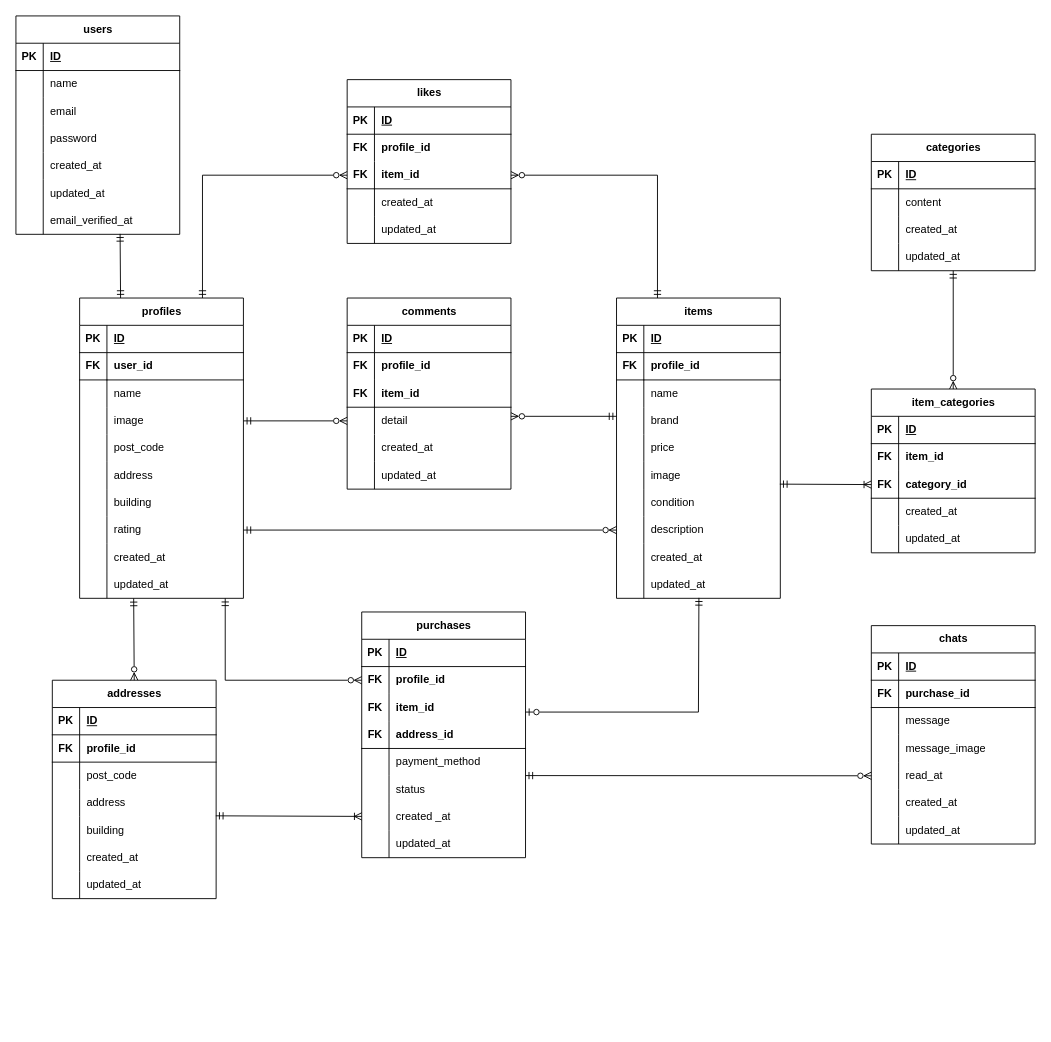
ri0921/flea-market keeps this draw.io diagram as flea-market.dio. Above is the earlier version. Source tidied: cells renumbered, new cells numbered last; positions are measured from the earlier drawing's top-left corner, leaving out a move shared by most shapes. Both pictures are drawn from the tidied source at 91%, with x=0, y=0 at pixel (15, 15).
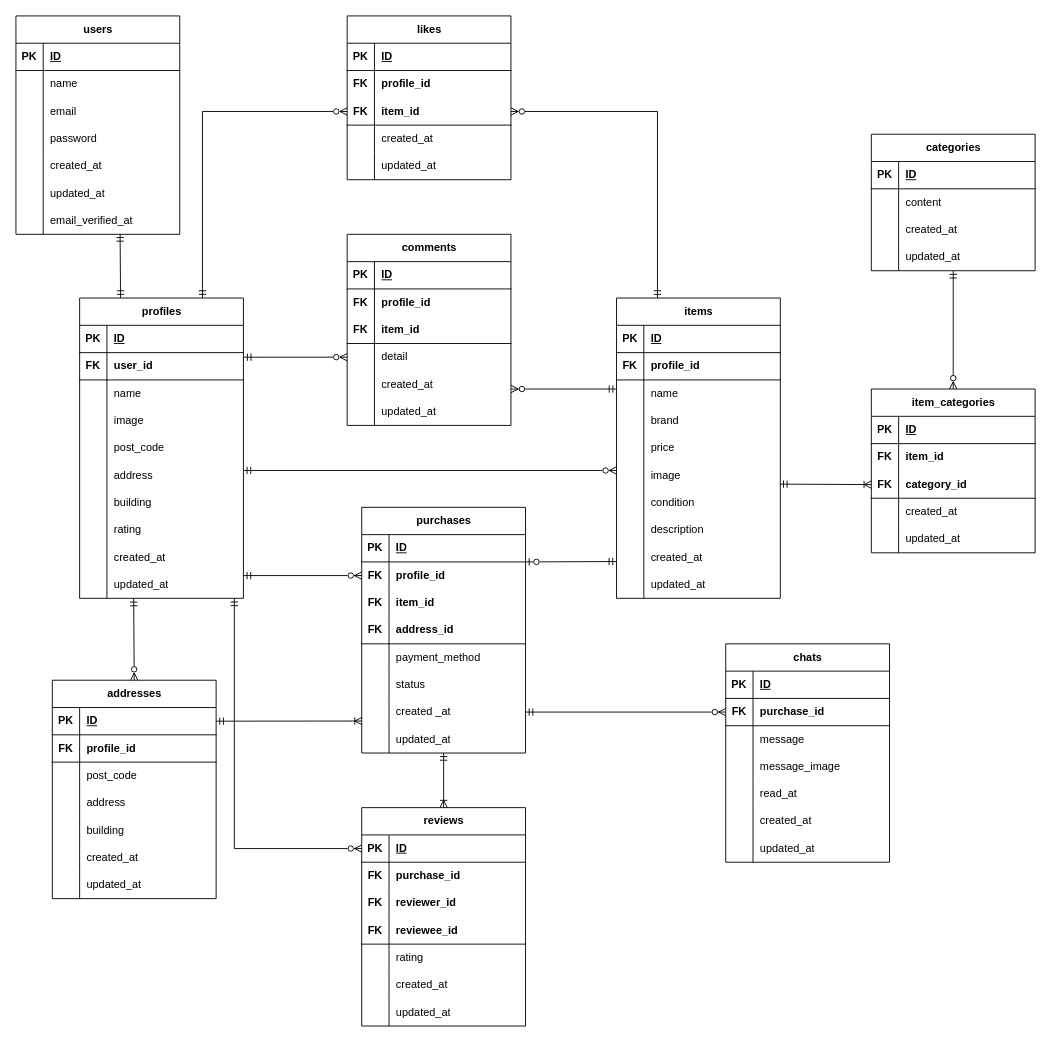
The same diagram, later.

The change refers to these unchanged cells:
```xml
<mxCell id="3" value="profiles" style="shape=table;startSize=30;childLayout=tableLayout;rowLines=0;fontStyle=1;align=center;html=1;" parent="1" vertex="1">
  <mxGeometry x="70" y="310" width="180" height="330" as="geometry" />
</mxCell>
<mxCell id="7" style="shape=tableRow;horizontal=0;startSize=0;swimlaneHead=0;swimlaneBody=0;fillColor=none;points=[[0,0.5],[1,0.5]];portConstraint=eastwest;top=0;left=0;right=0;bottom=0;" parent="3" vertex="1">
  <mxGeometry y="60" width="180" height="30" as="geometry" />
</mxCell>
<mxCell id="13" style="shape=tableRow;horizontal=0;startSize=0;swimlaneHead=0;swimlaneBody=0;fillColor=none;points=[[0,0.5],[1,0.5]];portConstraint=eastwest;top=0;left=0;right=0;bottom=0;" parent="3" vertex="1">
  <mxGeometry y="120" width="180" height="30" as="geometry" />
</mxCell>
<mxCell id="25" style="shape=tableRow;horizontal=0;startSize=0;swimlaneHead=0;swimlaneBody=0;fillColor=none;points=[[0,0.5],[1,0.5]];portConstraint=eastwest;top=0;left=0;right=0;bottom=0;" parent="3" vertex="1">
  <mxGeometry y="240" width="180" height="30" as="geometry" />
</mxCell>
<mxCell id="41" style="shape=tableRow;horizontal=0;startSize=0;swimlaneHead=0;swimlaneBody=0;fillColor=none;points=[[0,0.5],[1,0.5]];portConstraint=eastwest;top=0;left=0;right=0;bottom=0;" parent="34" vertex="1">
  <mxGeometry y="90" width="180" height="30" as="geometry" />
</mxCell>
<mxCell id="60" style="shape=tableRow;horizontal=0;startSize=0;swimlaneHead=0;swimlaneBody=0;fillColor=none;points=[[0,0.5],[1,0.5]];portConstraint=eastwest;top=0;left=0;right=0;bottom=0;" parent="50" vertex="1">
  <mxGeometry y="120" width="180" height="30" as="geometry" />
</mxCell>
<mxCell id="69" value="items" style="shape=table;startSize=30;childLayout=tableLayout;rowLines=0;fontStyle=1;align=center;html=1;" parent="1" vertex="1">
  <mxGeometry x="660" y="310" width="180" height="330" as="geometry" />
</mxCell>
<mxCell id="91" style="shape=tableRow;horizontal=0;startSize=0;swimlaneHead=0;swimlaneBody=0;fillColor=none;points=[[0,0.5],[1,0.5]];portConstraint=eastwest;top=0;left=0;right=0;bottom=0;" parent="69" vertex="1">
  <mxGeometry y="240" width="180" height="30" as="geometry" />
</mxCell>
<mxCell id="94" style="shape=tableRow;horizontal=0;startSize=0;swimlaneHead=0;swimlaneBody=0;fillColor=none;points=[[0,0.5],[1,0.5]];portConstraint=eastwest;top=0;left=0;right=0;bottom=0;" parent="69" vertex="1">
  <mxGeometry y="270" width="180" height="30" as="geometry" />
</mxCell>
<mxCell id="97" style="shape=tableRow;horizontal=0;startSize=0;swimlaneHead=0;swimlaneBody=0;fillColor=none;points=[[0,0.5],[1,0.5]];portConstraint=eastwest;top=0;left=0;right=0;bottom=0;" parent="69" vertex="1">
  <mxGeometry y="300" width="180" height="30" as="geometry" />
</mxCell>
<mxCell id="104" style="shape=tableRow;horizontal=0;startSize=0;swimlaneHead=0;swimlaneBody=0;fillColor=none;points=[[0,0.5],[1,0.5]];portConstraint=eastwest;top=0;left=0;right=0;bottom=0;" parent="100" vertex="1">
  <mxGeometry y="60" width="180" height="30" as="geometry" />
</mxCell>
<mxCell id="116" style="shape=tableRow;horizontal=0;startSize=0;swimlaneHead=0;swimlaneBody=0;fillColor=none;points=[[0,0.5],[1,0.5]];portConstraint=eastwest;top=0;left=0;right=0;bottom=0;" parent="100" vertex="1">
  <mxGeometry y="180" width="180" height="30" as="geometry" />
</mxCell>
<mxCell id="119" style="shape=tableRow;horizontal=0;startSize=0;swimlaneHead=0;swimlaneBody=0;fillColor=none;points=[[0,0.5],[1,0.5]];portConstraint=eastwest;top=0;left=0;right=0;bottom=0;" parent="100" vertex="1">
  <mxGeometry y="210" width="180" height="30" as="geometry" />
</mxCell>
<mxCell id="122" style="shape=tableRow;horizontal=0;startSize=0;swimlaneHead=0;swimlaneBody=0;fillColor=none;points=[[0,0.5],[1,0.5]];portConstraint=eastwest;top=0;left=0;right=0;bottom=0;" parent="100" vertex="1">
  <mxGeometry y="240" width="180" height="30" as="geometry" />
</mxCell>
<mxCell id="169" style="shape=tableRow;horizontal=0;startSize=0;swimlaneHead=0;swimlaneBody=0;fillColor=none;points=[[0,0.5],[1,0.5]];portConstraint=eastwest;top=0;left=0;right=0;bottom=1;" parent="168" vertex="1">
  <mxGeometry y="30" width="180" height="30" as="geometry" />
</mxCell>
<mxCell id="178" style="shape=tableRow;horizontal=0;startSize=0;swimlaneHead=0;swimlaneBody=0;fillColor=none;points=[[0,0.5],[1,0.5]];portConstraint=eastwest;top=0;left=0;right=0;bottom=0;" parent="168" vertex="1">
  <mxGeometry y="120" width="180" height="30" as="geometry" />
</mxCell>
<mxCell id="215" style="shape=tableRow;horizontal=0;startSize=0;swimlaneHead=0;swimlaneBody=0;fillColor=none;points=[[0,0.5],[1,0.5]];portConstraint=eastwest;top=0;left=0;right=0;bottom=1;fontStyle=1;" parent="211" vertex="1">
  <mxGeometry y="60" width="180" height="30" as="geometry" />
</mxCell>
<mxCell id="224" style="shape=tableRow;horizontal=0;startSize=0;swimlaneHead=0;swimlaneBody=0;fillColor=none;points=[[0,0.5],[1,0.5]];portConstraint=eastwest;top=0;left=0;right=0;bottom=0;" parent="211" vertex="1">
  <mxGeometry y="150" width="180" height="30" as="geometry" />
</mxCell>
```

Diff of the diagram source:
```diff
@@
     <mxCell id="2" style="edgeStyle=none;html=1;exitX=0.75;exitY=0;exitDx=0;exitDy=0;entryX=0;entryY=0.5;entryDx=0;entryDy=0;endArrow=ERzeroToMany;endFill=0;startArrow=ERmandOne;startFill=0;rounded=0;curved=0;" parent="1" edge="1" source="3" target="41">
       <mxGeometry relative="1" as="geometry">
         <Array as="points">
-          <mxPoint x="205" y="175" />
+          <mxPoint x="205" y="105" />
         </Array>
       </mxGeometry>
     </mxCell>
@@
     <mxCell id="34" value="likes" style="shape=table;startSize=30;childLayout=tableLayout;rowLines=0;fontStyle=1;align=center;html=1;" parent="1" vertex="1">
-      <mxGeometry x="364" y="70" width="180" height="180" as="geometry" />
+      <mxGeometry x="364" width="180" height="180" as="geometry" />
     </mxCell>
@@
     <mxCell id="50" value="comments" style="shape=table;startSize=30;childLayout=tableLayout;rowLines=0;fontStyle=1;align=center;html=1;" parent="1" vertex="1">
-      <mxGeometry x="364" y="310" width="180" height="210" as="geometry" />
+      <mxGeometry x="364" y="240" width="180" height="210" as="geometry" />
     </mxCell>
@@
     <mxCell id="100" value="purchases" style="shape=table;startSize=30;childLayout=tableLayout;rowLines=0;fontStyle=1;align=center;html=1;" parent="1" vertex="1">
-      <mxGeometry x="380" y="655" width="180" height="270" as="geometry" />
+      <mxGeometry x="380" y="540" width="180" height="270" as="geometry" />
     </mxCell>
@@
     <mxCell id="138" style="edgeStyle=none;html=1;exitX=1;exitY=0.5;exitDx=0;exitDy=0;entryX=0.25;entryY=0;entryDx=0;entryDy=0;rounded=0;curved=0;startArrow=ERzeroToMany;startFill=0;endArrow=ERmandOne;endFill=0;" parent="1" edge="1" source="41" target="69">
       <mxGeometry relative="1" as="geometry">
         <Array as="points">
-          <mxPoint x="705" y="175" />
+          <mxPoint x="705" y="105" />
         </Array>
       </mxGeometry>
     </mxCell>
@@
     <mxCell id="140" style="edgeStyle=none;html=1;exitX=1;exitY=0.5;exitDx=0;exitDy=0;entryX=0;entryY=0.5;entryDx=0;entryDy=0;rounded=0;curved=0;endArrow=ERmandOne;endFill=0;startArrow=ERzeroToMany;startFill=0;" parent="1" edge="1">
       <mxGeometry relative="1" as="geometry">
-        <mxPoint x="544" y="440" as="sourcePoint" />
-        <mxPoint x="660" y="440" as="targetPoint" />
+        <mxPoint x="544" y="410" as="sourcePoint" />
+        <mxPoint x="660" y="410" as="targetPoint" />
+        <Array as="points">
+          <mxPoint x="600" y="410" />
+        </Array>
       </mxGeometry>
     </mxCell>
@@
     <mxCell id="142" style="edgeStyle=none;html=1;exitX=0;exitY=0.5;exitDx=0;exitDy=0;rounded=0;curved=0;startArrow=ERzeroToMany;startFill=0;endArrow=ERmandOne;endFill=0;" parent="1" edge="1" source="104">
       <mxGeometry relative="1" as="geometry">
-        <mxPoint x="230" y="640" as="targetPoint" />
+        <mxPoint x="250" y="615" as="targetPoint" />
         <Array as="points">
-          <mxPoint x="230" y="730" />
+          <mxPoint x="300" y="615" />
         </Array>
       </mxGeometry>
     </mxCell>
-    <mxCell id="143" style="edgeStyle=none;html=1;rounded=0;curved=0;endArrow=ERmandOne;endFill=0;startArrow=ERzeroToOne;startFill=0;entryX=0.503;entryY=0.983;entryDx=0;entryDy=0;entryPerimeter=0;" parent="1" edge="1" target="97">
+    <mxCell id="143" style="edgeStyle=none;html=1;rounded=0;curved=0;endArrow=ERmandOne;endFill=0;startArrow=ERzeroToOne;startFill=0;entryX=-0.001;entryY=0.652;entryDx=0;entryDy=0;exitX=1.001;exitY=0.807;exitDx=0;exitDy=0;exitPerimeter=0;entryPerimeter=0;" parent="1" edge="1" target="94">
       <mxGeometry relative="1" as="geometry">
-        <mxPoint x="560" y="765" as="sourcePoint" />
-        <Array as="points">
-          <mxPoint x="750" y="765" />
-        </Array>
+        <mxPoint x="560" y="600" as="sourcePoint" />
       </mxGeometry>
     </mxCell>
-    <mxCell id="144" style="edgeStyle=none;html=1;exitX=1;exitY=0.5;exitDx=0;exitDy=0;entryX=0;entryY=0.5;entryDx=0;entryDy=0;rounded=0;curved=0;startArrow=ERmandOne;startFill=0;endArrow=ERzeroToMany;endFill=0;" parent="1" edge="1" source="25" target="91">
-      <mxGeometry relative="1" as="geometry" />
+    <mxCell id="144" style="edgeStyle=none;html=1;exitX=1;exitY=0.5;exitDx=0;exitDy=0;entryX=0;entryY=0.5;entryDx=0;entryDy=0;rounded=0;curved=0;startArrow=ERmandOne;startFill=0;endArrow=ERzeroToMany;endFill=0;" parent="1" edge="1">
+      <mxGeometry relative="1" as="geometry">
+        <mxPoint x="250" y="499.5" as="sourcePoint" />
+        <mxPoint x="660" y="499.5" as="targetPoint" />
+      </mxGeometry>
     </mxCell>
-    <mxCell id="145" style="edgeStyle=none;html=1;exitX=1;exitY=0.5;exitDx=0;exitDy=0;entryX=0;entryY=0.5;entryDx=0;entryDy=0;rounded=0;curved=0;startArrow=ERmandOne;startFill=0;endArrow=ERzeroToMany;endFill=0;" parent="1" edge="1" source="13" target="60">
+    <mxCell id="145" style="edgeStyle=none;html=1;exitX=1.002;exitY=0.168;exitDx=0;exitDy=0;entryX=0;entryY=0.5;entryDx=0;entryDy=0;rounded=0;curved=0;startArrow=ERmandOne;startFill=0;endArrow=ERzeroToMany;endFill=0;exitPerimeter=0;" parent="1" edge="1" source="7" target="60">
       <mxGeometry relative="1" as="geometry" />
     </mxCell>
@@
-    <mxCell id="210" style="edgeStyle=none;html=1;exitX=0.998;exitY=0.967;exitDx=0;exitDy=0;rounded=0;curved=0;startArrow=ERmandOne;startFill=0;endArrow=ERoneToMany;endFill=0;exitPerimeter=0;" parent="1" edge="1" source="178" target="119">
+    <mxCell id="210" style="edgeStyle=none;html=1;exitX=1;exitY=0.5;exitDx=0;exitDy=0;rounded=0;curved=0;startArrow=ERmandOne;startFill=0;endArrow=ERoneToMany;endFill=0;entryX=0.002;entryY=0.828;entryDx=0;entryDy=0;entryPerimeter=0;" parent="1" edge="1" source="169" target="119">
       <mxGeometry relative="1" as="geometry" />
     </mxCell>
     <mxCell id="211" value="chats" style="shape=table;startSize=30;childLayout=tableLayout;rowLines=0;fontStyle=1;align=center;html=1;" parent="1" vertex="1">
-      <mxGeometry x="940" y="670" width="180" height="240" as="geometry" />
+      <mxGeometry x="780" y="690" width="180" height="240" as="geometry" />
     </mxCell>
@@
-    <mxCell id="233" style="edgeStyle=none;html=1;exitX=0;exitY=0.5;exitDx=0;exitDy=0;startArrow=ERzeroToMany;startFill=0;endArrow=ERmandOne;endFill=0;entryX=0.999;entryY=-0.007;entryDx=0;entryDy=0;entryPerimeter=0;" parent="1" edge="1" source="224" target="116">
+    <mxCell id="233" style="edgeStyle=none;html=1;exitX=0;exitY=0.5;exitDx=0;exitDy=0;startArrow=ERzeroToMany;startFill=0;endArrow=ERmandOne;endFill=0;entryX=1;entryY=0.5;entryDx=0;entryDy=0;" parent="1" edge="1" source="215" target="119">
       <mxGeometry relative="1" as="geometry" />
     </mxCell>
+    <mxCell id="234" value="reviews" style="shape=table;startSize=30;childLayout=tableLayout;rowLines=0;fontStyle=1;align=center;html=1;" parent="1" vertex="1">
+      <mxGeometry x="380" y="870" width="180" height="240" as="geometry" />
+    </mxCell>
+    <mxCell id="235" style="shape=tableRow;horizontal=0;startSize=0;swimlaneHead=0;swimlaneBody=0;fillColor=none;points=[[0,0.5],[1,0.5]];portConstraint=eastwest;top=0;left=0;right=0;bottom=1;" parent="234" vertex="1">
+      <mxGeometry y="30" width="180" height="30" as="geometry" />
+    </mxCell>
+    <mxCell id="236" value="PK" style="shape=partialRectangle;fillColor=none;top=0;left=0;bottom=0;right=0;fontStyle=1;overflow=hidden;whiteSpace=wrap;html=1;" parent="235" vertex="1">
+      <mxGeometry width="30" height="30" as="geometry" />
+    </mxCell>
+    <mxCell id="237" value="ID" style="shape=partialRectangle;fillColor=none;top=0;left=0;bottom=0;right=0;align=left;spacingLeft=6;fontStyle=5;overflow=hidden;whiteSpace=wrap;html=1;" parent="235" vertex="1">
+      <mxGeometry x="30" width="150" height="30" as="geometry" />
+    </mxCell>
+    <mxCell id="238" style="shape=tableRow;horizontal=0;startSize=0;swimlaneHead=0;swimlaneBody=0;fillColor=none;top=0;left=0;right=0;bottom=0;" parent="234" vertex="1">
+      <mxGeometry y="60" width="180" height="30" as="geometry" />
+    </mxCell>
+    <mxCell id="239" value="FK" style="shape=partialRectangle;fillColor=none;top=0;left=0;bottom=0;right=0;overflow=hidden;whiteSpace=wrap;html=1;fontStyle=1;" parent="238" vertex="1">
+      <mxGeometry width="30" height="30" as="geometry" />
+    </mxCell>
+    <mxCell id="240" value="purchase_id" style="shape=partialRectangle;fillColor=none;top=0;left=0;bottom=0;right=0;align=left;spacingLeft=6;overflow=hidden;whiteSpace=wrap;html=1;fontStyle=1;" parent="238" vertex="1">
+      <mxGeometry x="30" width="150" height="30" as="geometry" />
+    </mxCell>
+    <mxCell id="241" style="shape=tableRow;horizontal=0;startSize=0;swimlaneHead=0;swimlaneBody=0;fillColor=none;top=0;left=0;right=0;bottom=0;" parent="234" vertex="1">
+      <mxGeometry y="90" width="180" height="30" as="geometry" />
+    </mxCell>
+    <mxCell id="242" value="FK" style="shape=partialRectangle;fillColor=none;top=0;left=0;bottom=0;right=0;overflow=hidden;whiteSpace=wrap;html=1;fontStyle=1;" parent="241" vertex="1">
+      <mxGeometry width="30" height="30" as="geometry" />
+    </mxCell>
+    <mxCell id="243" value="reviewer_id" style="shape=partialRectangle;fillColor=none;top=0;left=0;bottom=0;right=0;align=left;spacingLeft=6;overflow=hidden;whiteSpace=wrap;html=1;fontStyle=1;" parent="241" vertex="1">
+      <mxGeometry x="30" width="150" height="30" as="geometry" />
+    </mxCell>
+    <mxCell id="244" style="shape=tableRow;horizontal=0;startSize=0;swimlaneHead=0;swimlaneBody=0;fillColor=none;top=0;left=0;right=0;bottom=1;" parent="234" vertex="1">
+      <mxGeometry y="120" width="180" height="30" as="geometry" />
+    </mxCell>
+    <mxCell id="245" value="FK" style="shape=partialRectangle;fillColor=none;top=0;left=0;bottom=0;right=0;overflow=hidden;whiteSpace=wrap;html=1;fontStyle=1;" parent="244" vertex="1">
+      <mxGeometry width="30" height="30" as="geometry" />
+    </mxCell>
+    <mxCell id="246" value="reviewee_id" style="shape=partialRectangle;fillColor=none;top=0;left=0;bottom=0;right=0;align=left;spacingLeft=6;overflow=hidden;whiteSpace=wrap;html=1;fontStyle=1;" parent="244" vertex="1">
+      <mxGeometry x="30" width="150" height="30" as="geometry" />
+    </mxCell>
+    <mxCell id="247" style="shape=tableRow;horizontal=0;startSize=0;swimlaneHead=0;swimlaneBody=0;fillColor=none;top=0;left=0;right=0;bottom=0;" parent="234" vertex="1">
+      <mxGeometry y="150" width="180" height="30" as="geometry" />
+    </mxCell>
+    <mxCell id="248" style="shape=partialRectangle;fillColor=none;top=0;left=0;bottom=0;right=0;overflow=hidden;whiteSpace=wrap;html=1;" parent="247" vertex="1">
+      <mxGeometry width="30" height="30" as="geometry" />
+    </mxCell>
+    <mxCell id="249" value="rating" style="shape=partialRectangle;fillColor=none;top=0;left=0;bottom=0;right=0;align=left;spacingLeft=6;overflow=hidden;whiteSpace=wrap;html=1;" parent="247" vertex="1">
+      <mxGeometry x="30" width="150" height="30" as="geometry" />
+    </mxCell>
+    <mxCell id="250" style="shape=tableRow;horizontal=0;startSize=0;swimlaneHead=0;swimlaneBody=0;fillColor=none;top=0;left=0;right=0;bottom=0;" parent="234" vertex="1">
+      <mxGeometry y="180" width="180" height="30" as="geometry" />
+    </mxCell>
+    <mxCell id="251" style="shape=partialRectangle;fillColor=none;top=0;left=0;bottom=0;right=0;overflow=hidden;whiteSpace=wrap;html=1;" parent="250" vertex="1">
+      <mxGeometry width="30" height="30" as="geometry" />
+    </mxCell>
+    <mxCell id="252" value="created_at" style="shape=partialRectangle;fillColor=none;top=0;left=0;bottom=0;right=0;align=left;spacingLeft=6;overflow=hidden;whiteSpace=wrap;html=1;" parent="250" vertex="1">
+      <mxGeometry x="30" width="150" height="30" as="geometry" />
+    </mxCell>
+    <mxCell id="253" style="shape=tableRow;horizontal=0;startSize=0;swimlaneHead=0;swimlaneBody=0;fillColor=none;top=0;left=0;right=0;bottom=0;" parent="234" vertex="1">
+      <mxGeometry y="210" width="180" height="30" as="geometry" />
+    </mxCell>
+    <mxCell id="254" style="shape=partialRectangle;fillColor=none;top=0;left=0;bottom=0;right=0;overflow=hidden;whiteSpace=wrap;html=1;" parent="253" vertex="1">
+      <mxGeometry width="30" height="30" as="geometry" />
+    </mxCell>
+    <mxCell id="255" value="updated_at" style="shape=partialRectangle;fillColor=none;top=0;left=0;bottom=0;right=0;align=left;spacingLeft=6;overflow=hidden;whiteSpace=wrap;html=1;" parent="253" vertex="1">
+      <mxGeometry x="30" width="150" height="30" as="geometry" />
+    </mxCell>
+    <mxCell id="256" style="edgeStyle=none;html=1;exitX=0.5;exitY=0;exitDx=0;exitDy=0;entryX=0.5;entryY=0.997;entryDx=0;entryDy=0;entryPerimeter=0;startArrow=ERoneToMany;startFill=0;endArrow=ERmandOne;endFill=0;" parent="1" edge="1" source="234" target="122">
+      <mxGeometry relative="1" as="geometry" />
+    </mxCell>
+    <mxCell id="257" style="edgeStyle=none;html=1;exitX=0;exitY=0.5;exitDx=0;exitDy=0;startArrow=ERzeroToMany;startFill=0;endArrow=ERmandOne;endFill=0;rounded=0;curved=0;" parent="1" edge="1" source="235">
+      <mxGeometry relative="1" as="geometry">
+        <mxPoint x="240" y="640" as="targetPoint" />
+        <Array as="points">
+          <mxPoint x="240" y="915" />
+        </Array>
+      </mxGeometry>
+    </mxCell>
```
